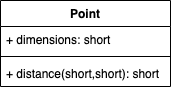
Darylwanji/COSC3P93 keeps this draw.io diagram as Sequential/KNN.png. Above is the earlier version. Source tidied: cells renumbered, new cells last; positions are measured from the earlier drawing's top-left corner, leaving out a move shared by most shapes.
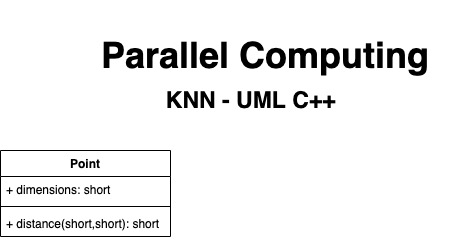
After the commit.

Diff of the diagram source:
```diff
@@ -2,6 +2,12 @@
   <root>
     <mxCell id="0" />
     <mxCell id="1" parent="0" />
+    <mxCell id="6" value="&lt;b&gt;&lt;font style=&quot;font-size: 36px&quot;&gt;Parallel Computing&amp;nbsp;&lt;/font&gt;&lt;/b&gt;" style="text;html=1;strokeColor=none;fillColor=none;align=center;verticalAlign=middle;whiteSpace=wrap;rounded=0;" parent="1" vertex="1">
+      <mxGeometry x="80" y="-150" width="380" height="110" as="geometry" />
+    </mxCell>
+    <mxCell id="7" value="&lt;b&gt;&lt;font style=&quot;font-size: 23px&quot;&gt;KNN - UML C++&amp;nbsp;&lt;/font&gt;&lt;/b&gt;" style="text;html=1;strokeColor=none;fillColor=none;align=center;verticalAlign=middle;whiteSpace=wrap;rounded=0;" parent="1" vertex="1">
+      <mxGeometry x="131" y="-80" width="246" height="60" as="geometry" />
+    </mxCell>
     <mxCell id="2" value="Point" style="swimlane;fontStyle=1;align=center;verticalAlign=top;horizontal=1;startSize=26;" parent="1" vertex="1">
       <mxGeometry width="170" height="86" as="geometry" />
     </mxCell>
```
